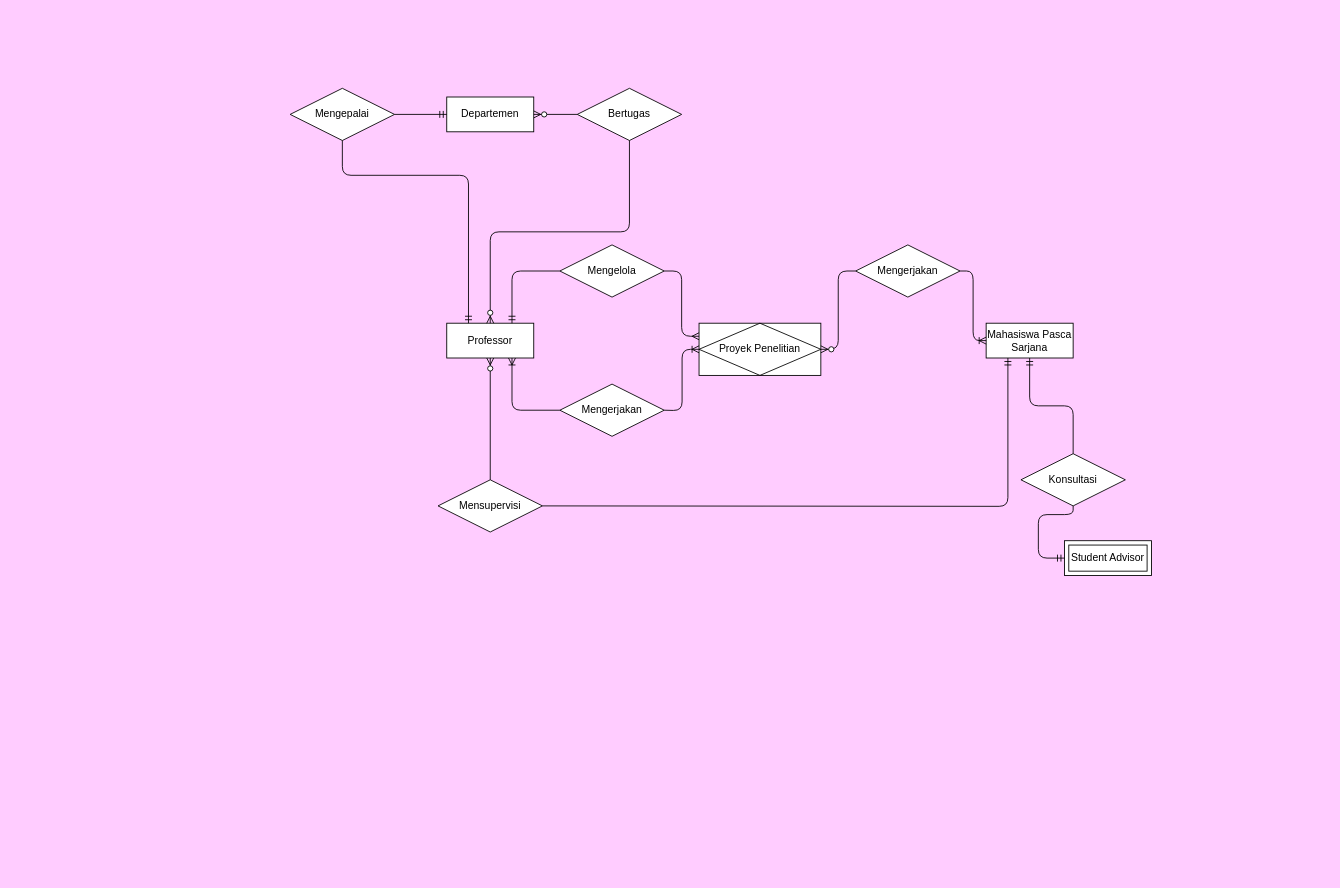
Above: Untitled Diagram.drawio in oktvindh/Tugas (draw.io), before the change. Source tidied: cells renumbered, new cells numbered last; positions are measured from the earlier drawing's top-left corner, leaving out a move shared by most shapes. Both pictures are drawn from the tidied source at 87%, with x=0, y=0 at pixel (15, 15).
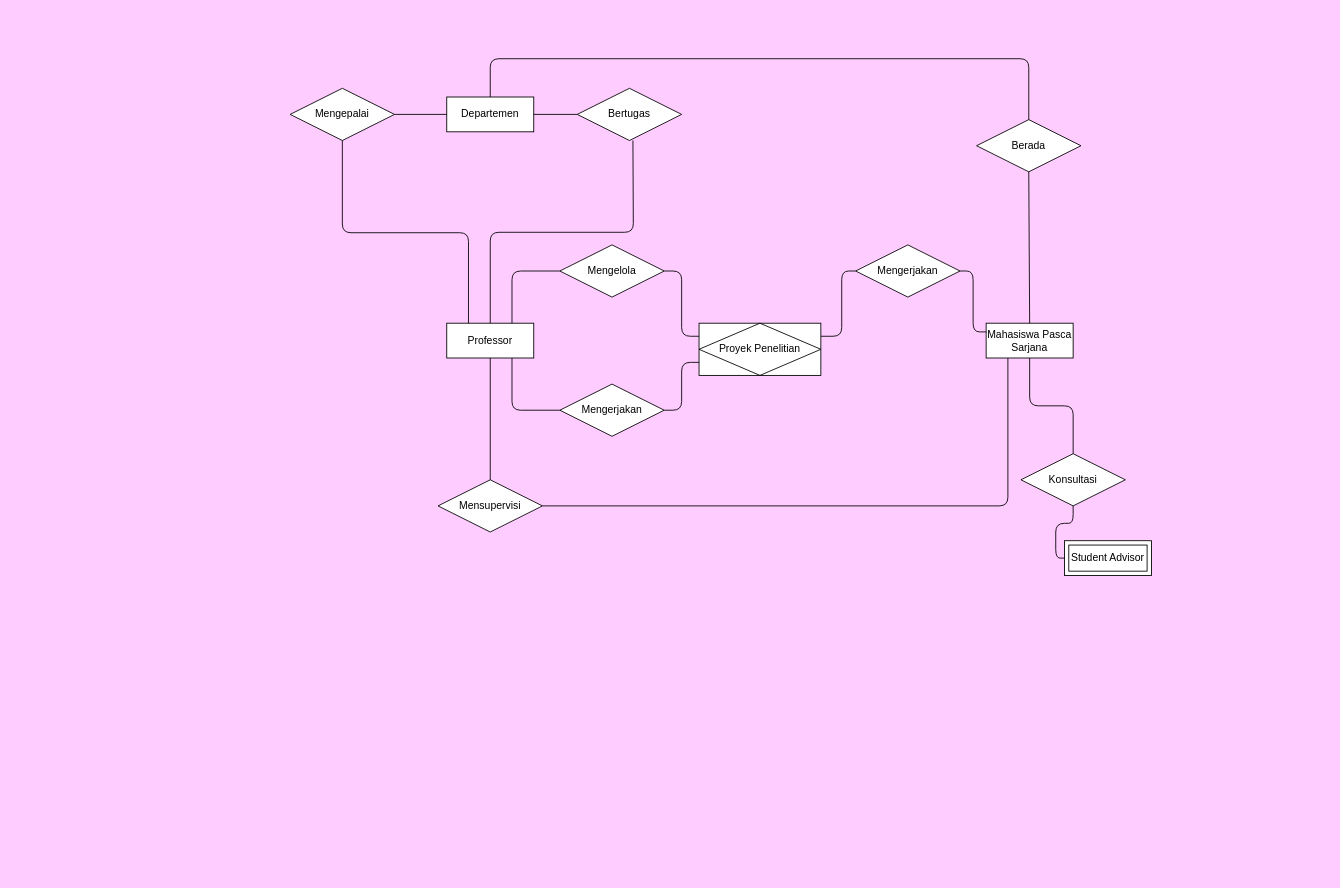
The same page after the edit.

The change refers to these unchanged cells:
```xml
<mxCell id="2" style="group;fontStyle=4;" parent="1" vertex="1">
  <mxGeometry width="1506" height="987" as="geometry" />
</mxCell>
<mxCell id="3" value="Mahasiswa Pasca Sarjana" style="whiteSpace=wrap;html=1;align=center;" parent="2" vertex="1">
  <mxGeometry x="1116" y="354" width="100" height="40" as="geometry" />
</mxCell>
<mxCell id="4" value="Proyek Penelitian" style="shape=associativeEntity;whiteSpace=wrap;html=1;align=center;" parent="2" vertex="1">
  <mxGeometry x="786" y="354" width="140" height="60" as="geometry" />
</mxCell>
<mxCell id="5" value="Departemen" style="whiteSpace=wrap;html=1;align=center;" parent="2" vertex="1">
  <mxGeometry x="496" y="94" width="100" height="40" as="geometry" />
</mxCell>
<mxCell id="6" value="Student Advisor" style="shape=ext;margin=3;double=1;whiteSpace=wrap;html=1;align=center;" parent="2" vertex="1">
  <mxGeometry x="1206" y="604" width="100" height="40" as="geometry" />
</mxCell>
<mxCell id="8" value="Professor" style="whiteSpace=wrap;html=1;align=center;" parent="7" vertex="1">
  <mxGeometry x="200" y="81" width="100" height="40" as="geometry" />
</mxCell>
<mxCell id="9" value="Mengelola" style="shape=rhombus;perimeter=rhombusPerimeter;whiteSpace=wrap;html=1;align=center;" parent="2" vertex="1">
  <mxGeometry x="626" y="264" width="120" height="60" as="geometry" />
</mxCell>
<mxCell id="10" value="Mengerjakan" style="shape=rhombus;perimeter=rhombusPerimeter;whiteSpace=wrap;html=1;align=center;" parent="2" vertex="1">
  <mxGeometry x="626" y="424" width="120" height="60" as="geometry" />
</mxCell>
<mxCell id="11" value="Mengerjakan" style="shape=rhombus;perimeter=rhombusPerimeter;whiteSpace=wrap;html=1;align=center;" parent="2" vertex="1">
  <mxGeometry x="966" y="264" width="120" height="60" as="geometry" />
</mxCell>
<mxCell id="12" value="Mensupervisi" style="shape=rhombus;perimeter=rhombusPerimeter;whiteSpace=wrap;html=1;align=center;" parent="2" vertex="1">
  <mxGeometry x="486" y="534" width="120" height="60" as="geometry" />
</mxCell>
<mxCell id="21" value="Mengepalai" style="shape=rhombus;perimeter=rhombusPerimeter;whiteSpace=wrap;html=1;align=center;" parent="2" vertex="1">
  <mxGeometry x="316" y="84" width="120" height="60" as="geometry" />
</mxCell>
<mxCell id="22" value="Bertugas" style="shape=rhombus;perimeter=rhombusPerimeter;whiteSpace=wrap;html=1;align=center;" parent="2" vertex="1">
  <mxGeometry x="646" y="84" width="120" height="60" as="geometry" />
</mxCell>
<mxCell id="26" value="Konsultasi" style="shape=rhombus;perimeter=rhombusPerimeter;whiteSpace=wrap;html=1;align=center;" parent="2" vertex="1">
  <mxGeometry x="1156" y="504" width="120" height="60" as="geometry" />
</mxCell>
```

What changed in the source:
```diff
@@
-    <mxCell id="13" style="edgeStyle=orthogonalEdgeStyle;fontSize=12;html=1;endArrow=ERmandOne;entryX=0.75;entryY=0;entryDx=0;entryDy=0;exitX=0;exitY=0.5;exitDx=0;exitDy=0;" parent="2" edge="1" source="9" target="8">
-      <mxGeometry relative="1" as="geometry" />
-    </mxCell>
-    <mxCell id="14" style="edgeStyle=orthogonalEdgeStyle;fontSize=12;html=1;endArrow=ERmany;exitX=1;exitY=0.5;exitDx=0;exitDy=0;entryX=0;entryY=0.25;entryDx=0;entryDy=0;" parent="2" edge="1" source="9" target="4">
-      <mxGeometry relative="1" as="geometry" />
-    </mxCell>
-    <mxCell id="15" style="edgeStyle=orthogonalEdgeStyle;fontSize=12;html=1;endArrow=ERoneToMany;exitX=0;exitY=0.5;exitDx=0;exitDy=0;entryX=0.75;entryY=1;entryDx=0;entryDy=0;" parent="2" edge="1" source="10" target="8">
-      <mxGeometry relative="1" as="geometry" />
-    </mxCell>
-    <mxCell id="16" style="edgeStyle=orthogonalEdgeStyle;fontSize=12;html=1;endArrow=ERoneToMany;entryX=0;entryY=0.5;entryDx=0;entryDy=0;" parent="2" edge="1" target="4">
-      <mxGeometry relative="1" as="geometry">
-        <mxPoint x="746" y="454" as="sourcePoint" />
-      </mxGeometry>
-    </mxCell>
-    <mxCell id="17" style="edgeStyle=orthogonalEdgeStyle;fontSize=12;html=1;endArrow=ERoneToMany;exitX=1;exitY=0.5;exitDx=0;exitDy=0;entryX=0;entryY=0.5;entryDx=0;entryDy=0;" parent="2" edge="1" source="11" target="3">
-      <mxGeometry relative="1" as="geometry" />
-    </mxCell>
-    <mxCell id="18" style="edgeStyle=orthogonalEdgeStyle;fontSize=12;html=1;endArrow=ERzeroToMany;endFill=1;entryX=1;entryY=0.5;entryDx=0;entryDy=0;exitX=0;exitY=0.5;exitDx=0;exitDy=0;" parent="2" edge="1" source="11" target="4">
-      <mxGeometry relative="1" as="geometry" />
-    </mxCell>
-    <mxCell id="19" style="fontSize=12;html=1;endArrow=ERzeroToMany;endFill=1;exitX=0.5;exitY=0;exitDx=0;exitDy=0;entryX=0.5;entryY=1;entryDx=0;entryDy=0;" parent="2" edge="1" source="12">
-      <mxGeometry relative="1" as="geometry">
-        <mxPoint x="546" y="394" as="targetPoint" />
-      </mxGeometry>
-    </mxCell>
-    <mxCell id="20" style="edgeStyle=orthogonalEdgeStyle;fontSize=12;html=1;endArrow=ERmandOne;exitX=0;exitY=0.5;exitDx=0;exitDy=0;entryX=0.25;entryY=1;entryDx=0;entryDy=0;" parent="2" edge="1" target="3">
-      <mxGeometry relative="1" as="geometry">
-        <mxPoint x="606" y="564" as="sourcePoint" />
-      </mxGeometry>
-    </mxCell>
@@
-    <mxCell id="23" style="fontSize=12;html=1;endArrow=ERmandOne;exitX=1;exitY=0.5;exitDx=0;exitDy=0;" parent="2" edge="1" source="21">
-      <mxGeometry relative="1" as="geometry">
-        <mxPoint x="496" y="114" as="targetPoint" />
-      </mxGeometry>
-    </mxCell>
-    <mxCell id="24" style="edgeStyle=orthogonalEdgeStyle;fontSize=12;html=1;endArrow=ERmandOne;entryX=0.25;entryY=0;entryDx=0;entryDy=0;exitX=0.5;exitY=1;exitDx=0;exitDy=0;" parent="2" edge="1" source="21" target="8">
-      <mxGeometry relative="1" as="geometry">
-        <Array as="points">
-          <mxPoint x="376" y="184" />
-          <mxPoint x="521" y="184" />
-        </Array>
-      </mxGeometry>
-    </mxCell>
-    <mxCell id="25" style="fontSize=12;html=1;endArrow=ERmandOne;edgeStyle=orthogonalEdgeStyle;entryX=0;entryY=0.5;entryDx=0;entryDy=0;entryPerimeter=0;exitX=0.5;exitY=1;exitDx=0;exitDy=0;" parent="2" edge="1" source="26" target="6">
-      <mxGeometry relative="1" as="geometry">
-        <Array as="points">
-          <mxPoint x="1216" y="574" />
-          <mxPoint x="1176" y="574" />
-          <mxPoint x="1176" y="624" />
-        </Array>
-      </mxGeometry>
-    </mxCell>
@@
+    <mxCell id="30" style="endArrow=none;html=1;entryX=0.5;entryY=1;entryDx=0;entryDy=0;edgeStyle=orthogonalEdgeStyle;exitX=0.25;exitY=0;exitDx=0;exitDy=0;" parent="2" edge="1" source="8" target="21">
+      <mxGeometry relative="1" as="geometry">
+        <Array as="points">
+          <mxPoint x="521" y="250" />
+          <mxPoint x="376" y="250" />
+        </Array>
+      </mxGeometry>
+    </mxCell>
+    <mxCell id="31" style="endArrow=none;html=1;entryX=0.5;entryY=1;entryDx=0;entryDy=0;edgeStyle=orthogonalEdgeStyle;exitX=0.5;exitY=0;exitDx=0;exitDy=0;" parent="2" edge="1" source="8">
+      <mxGeometry relative="1" as="geometry">
+        <mxPoint x="710" y="144" as="targetPoint" />
+      </mxGeometry>
+    </mxCell>
+    <mxCell id="32" style="endArrow=none;html=1;entryX=0;entryY=0.5;entryDx=0;entryDy=0;exitX=1;exitY=0.5;exitDx=0;exitDy=0;" parent="2" edge="1" source="21" target="5">
+      <mxGeometry relative="1" as="geometry" />
+    </mxCell>
+    <mxCell id="33" style="endArrow=none;html=1;entryX=0;entryY=0.5;entryDx=0;entryDy=0;exitX=1;exitY=0.5;exitDx=0;exitDy=0;" parent="2" edge="1" source="5" target="22">
+      <mxGeometry relative="1" as="geometry" />
+    </mxCell>
+    <mxCell id="34" style="endArrow=none;html=1;exitX=0.75;exitY=0;exitDx=0;exitDy=0;edgeStyle=orthogonalEdgeStyle;entryX=0;entryY=0.5;entryDx=0;entryDy=0;" parent="2" edge="1" source="8" target="9">
+      <mxGeometry relative="1" as="geometry">
+        <Array as="points">
+          <mxPoint x="571" y="294" />
+        </Array>
+      </mxGeometry>
+    </mxCell>
+    <mxCell id="35" style="endArrow=none;html=1;edgeStyle=orthogonalEdgeStyle;exitX=0;exitY=0.25;exitDx=0;exitDy=0;entryX=1;entryY=0.5;entryDx=0;entryDy=0;" parent="2" edge="1" source="4" target="9">
+      <mxGeometry relative="1" as="geometry" />
+    </mxCell>
+    <mxCell id="36" style="endArrow=none;html=1;edgeStyle=orthogonalEdgeStyle;exitX=0;exitY=0.75;exitDx=0;exitDy=0;entryX=1;entryY=0.5;entryDx=0;entryDy=0;" parent="2" edge="1" source="4" target="10">
+      <mxGeometry relative="1" as="geometry" />
+    </mxCell>
+    <mxCell id="37" style="endArrow=none;html=1;exitX=0.75;exitY=1;exitDx=0;exitDy=0;edgeStyle=orthogonalEdgeStyle;entryX=0;entryY=0.5;entryDx=0;entryDy=0;" parent="2" edge="1" source="8" target="10">
+      <mxGeometry relative="1" as="geometry" />
+    </mxCell>
+    <mxCell id="38" style="endArrow=none;html=1;exitX=1;exitY=0.25;exitDx=0;exitDy=0;edgeStyle=orthogonalEdgeStyle;entryX=0;entryY=0.5;entryDx=0;entryDy=0;" parent="2" edge="1" source="4">
+      <mxGeometry relative="1" as="geometry">
+        <mxPoint x="966" y="294" as="targetPoint" />
+        <Array as="points">
+          <mxPoint x="950" y="369" />
+          <mxPoint x="950" y="294" />
+        </Array>
+      </mxGeometry>
+    </mxCell>
+    <mxCell id="39" style="endArrow=none;html=1;edgeStyle=orthogonalEdgeStyle;entryX=1;entryY=0.5;entryDx=0;entryDy=0;exitX=0;exitY=0.25;exitDx=0;exitDy=0;" parent="2" edge="1" source="3" target="11">
+      <mxGeometry relative="1" as="geometry" />
+    </mxCell>
+    <mxCell id="40" style="endArrow=none;html=1;exitX=0.5;exitY=1;exitDx=0;exitDy=0;entryX=0.5;entryY=0;entryDx=0;entryDy=0;" parent="2" edge="1" source="8" target="12">
+      <mxGeometry relative="1" as="geometry" />
+    </mxCell>
+    <mxCell id="41" style="endArrow=none;html=1;exitX=1;exitY=0.5;exitDx=0;exitDy=0;entryX=0.25;entryY=1;entryDx=0;entryDy=0;edgeStyle=orthogonalEdgeStyle;" parent="2" edge="1" source="12" target="3">
+      <mxGeometry relative="1" as="geometry" />
+    </mxCell>
-    <mxCell id="27" style="fontSize=12;html=1;endArrow=ERmandOne;edgeStyle=orthogonalEdgeStyle;entryX=0.5;entryY=1;entryDx=0;entryDy=0;exitX=0.5;exitY=0;exitDx=0;exitDy=0;" parent="2" edge="1" source="26" target="3">
+    <mxCell id="27" style="endArrow=none;html=1;entryX=0.5;entryY=1;entryDx=0;entryDy=0;exitX=0.5;exitY=0;exitDx=0;exitDy=0;edgeStyle=orthogonalEdgeStyle;" parent="2" edge="1" source="26" target="3">
       <mxGeometry relative="1" as="geometry" />
     </mxCell>
-    <mxCell id="28" style="edgeStyle=orthogonalEdgeStyle;fontSize=12;html=1;endArrow=ERzeroToMany;endFill=1;entryX=0.5;entryY=0;entryDx=0;entryDy=0;exitX=0.5;exitY=1;exitDx=0;exitDy=0;" parent="2" edge="1" source="22" target="8">
-      <mxGeometry relative="1" as="geometry" />
-    </mxCell>
-    <mxCell id="29" style="fontSize=12;html=1;endArrow=ERzeroToMany;endFill=1;exitX=0;exitY=0.5;exitDx=0;exitDy=0;entryX=1;entryY=0.5;entryDx=0;entryDy=0;" parent="2" edge="1" source="22" target="5">
-      <mxGeometry relative="1" as="geometry" />
-    </mxCell>
+    <mxCell id="42" style="endArrow=none;html=1;entryX=0.5;entryY=1;entryDx=0;entryDy=0;exitX=0;exitY=0.5;exitDx=0;exitDy=0;edgeStyle=orthogonalEdgeStyle;" parent="2" edge="1" source="6" target="26">
+      <mxGeometry relative="1" as="geometry" />
+    </mxCell>
+    <mxCell id="43" value="Berada" style="shape=rhombus;perimeter=rhombusPerimeter;whiteSpace=wrap;html=1;align=center;" parent="2" vertex="1">
+      <mxGeometry x="1105" y="120" width="120" height="60" as="geometry" />
+    </mxCell>
+    <mxCell id="44" style="endArrow=none;html=1;exitX=0.5;exitY=1;exitDx=0;exitDy=0;entryX=0.5;entryY=0;entryDx=0;entryDy=0;" parent="2" edge="1" source="43" target="3">
+      <mxGeometry relative="1" as="geometry" />
+    </mxCell>
+    <mxCell id="45" style="endArrow=none;html=1;edgeStyle=orthogonalEdgeStyle;exitX=0.5;exitY=0;exitDx=0;exitDy=0;" parent="2" edge="1" source="5">
+      <mxGeometry relative="1" as="geometry">
+        <mxPoint x="1165" y="120" as="targetPoint" />
+        <Array as="points">
+          <mxPoint x="546" y="50" />
+          <mxPoint x="1165" y="50" />
+        </Array>
+      </mxGeometry>
+    </mxCell>
```
